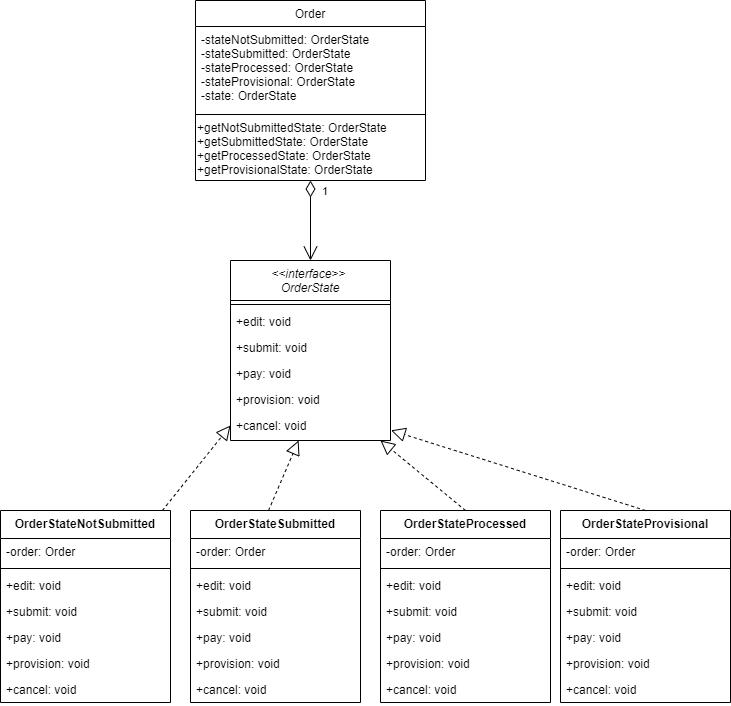
Before: States Class Diagram.png, a diagram exported from draw.io (L-Mustang/cinema). Source tidied: cells renumbered, new cells last; positions are measured from the earlier drawing's top-left corner, leaving out a move shared by most shapes.
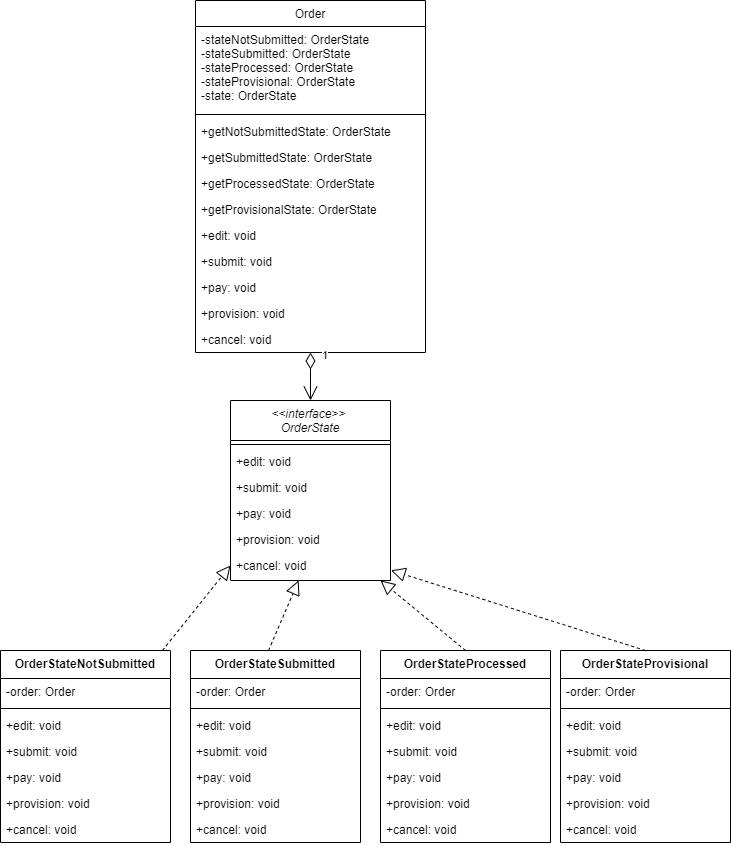
Above is the later version.

Diff of the diagram source:
```diff
@@ -24,7 +24,7 @@
       <mxGeometry y="152" width="160" height="26" as="geometry" />
     </mxCell>
     <mxCell id="9" value="Order" style="swimlane;fontStyle=0;align=center;verticalAlign=top;horizontal=1;startSize=26;rounded=0;shadow=0;strokeWidth=1;" parent="1" vertex="1">
-      <mxGeometry x="195" width="230" height="180" as="geometry" />
+      <mxGeometry x="195" y="-140" width="230" height="352" as="geometry" />
     </mxCell>
     <mxCell id="10" value="-stateNotSubmitted: OrderState&#10;-stateSubmitted: OrderState&#10;-stateProcessed: OrderState&#10;-stateProvisional: OrderState&#10;-state: OrderState" style="text;align=left;verticalAlign=top;spacingLeft=4;spacingRight=4;overflow=hidden;" parent="9" vertex="1">
       <mxGeometry y="26" width="230" height="84" as="geometry" />
@@ -32,9 +32,33 @@
     <mxCell id="11" style="line;html=1;strokeWidth=1;align=left;verticalAlign=middle;spacingTop=-1;spacingLeft=3;spacingRight=3;labelPosition=right;" parent="9" vertex="1">
       <mxGeometry y="110" width="230" height="8" as="geometry" />
     </mxCell>
-    <mxCell id="12" value="+getNotSubmittedState: OrderState&lt;br&gt;+getSubmittedState: OrderState&lt;br&gt;+getProcessedState: OrderState&lt;br&gt;+getProvisionalState: OrderState" style="text;html=1;align=left;verticalAlign=middle;strokeColor=none;" parent="9" vertex="1">
-      <mxGeometry y="118" width="230" height="60" as="geometry" />
-    </mxCell>
+    <mxCell id="50" value="+getNotSubmittedState: OrderState" style="text;align=left;verticalAlign=top;spacingLeft=4;spacingRight=4;overflow=hidden;" parent="9" vertex="1">
+      <mxGeometry y="118" width="230" height="26" as="geometry" />
+    </mxCell>
+    <mxCell id="51" value="+getSubmittedState: OrderState" style="text;align=left;verticalAlign=top;spacingLeft=4;spacingRight=4;overflow=hidden;" parent="9" vertex="1">
+      <mxGeometry y="144" width="230" height="26" as="geometry" />
+    </mxCell>
+    <mxCell id="52" value="+getProcessedState: OrderState" style="text;align=left;verticalAlign=top;spacingLeft=4;spacingRight=4;overflow=hidden;" parent="9" vertex="1">
+      <mxGeometry y="170" width="230" height="26" as="geometry" />
+    </mxCell>
+    <mxCell id="53" value="+getProvisionalState: OrderState" style="text;align=left;verticalAlign=top;spacingLeft=4;spacingRight=4;overflow=hidden;" parent="9" vertex="1">
+      <mxGeometry y="196" width="230" height="26" as="geometry" />
+    </mxCell>
+    <mxCell id="54" value="+edit: void" style="text;align=left;verticalAlign=top;spacingLeft=4;spacingRight=4;overflow=hidden;" parent="9" vertex="1">
+      <mxGeometry y="222" width="230" height="26" as="geometry" />
+    </mxCell>
+    <mxCell id="55" value="+submit: void" style="text;align=left;verticalAlign=top;spacingLeft=4;spacingRight=4;overflow=hidden;" parent="9" vertex="1">
+      <mxGeometry y="248" width="230" height="26" as="geometry" />
+    </mxCell>
+    <mxCell id="56" value="+pay: void" style="text;align=left;verticalAlign=top;spacingLeft=4;spacingRight=4;overflow=hidden;" parent="9" vertex="1">
+      <mxGeometry y="274" width="230" height="26" as="geometry" />
+    </mxCell>
+    <mxCell id="57" value="+provision: void" style="text;align=left;verticalAlign=top;spacingLeft=4;spacingRight=4;overflow=hidden;" parent="9" vertex="1">
+      <mxGeometry y="300" width="230" height="26" as="geometry" />
+    </mxCell>
+    <mxCell id="58" value="+cancel: void" style="text;align=left;verticalAlign=top;spacingLeft=4;spacingRight=4;overflow=hidden;" parent="9" vertex="1">
+      <mxGeometry y="326" width="230" height="26" as="geometry" />
+    </mxCell>
     <mxCell id="13" value="OrderStateNotSubmitted" style="swimlane;fontStyle=1;align=center;verticalAlign=top;horizontal=1;startSize=28;" parent="1" vertex="1">
       <mxGeometry y="510" width="170" height="192" as="geometry" />
     </mxCell>
```
